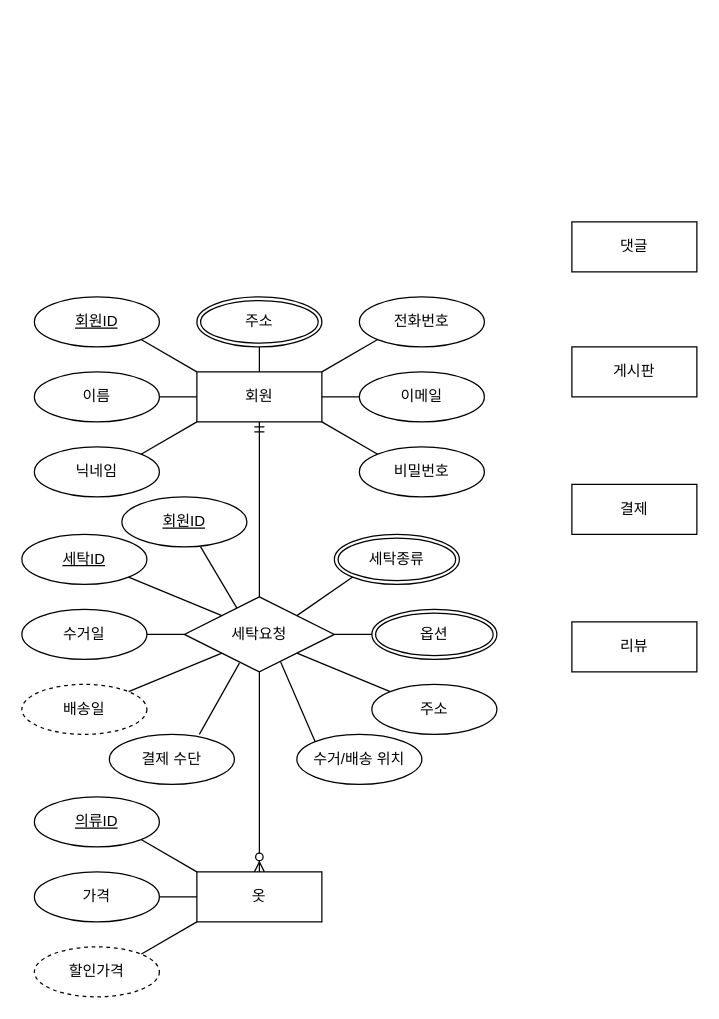
This is daeseda.drawio from Daeseda/daeseda, a draw.io file, before an edit. Source tidied: cells renumbered, new cells numbered last; positions are measured from the earlier drawing's top-left corner, leaving out a move shared by most shapes. Both pictures are drawn from the tidied source at 125%, with x=0, y=0 at pixel (21, 221).
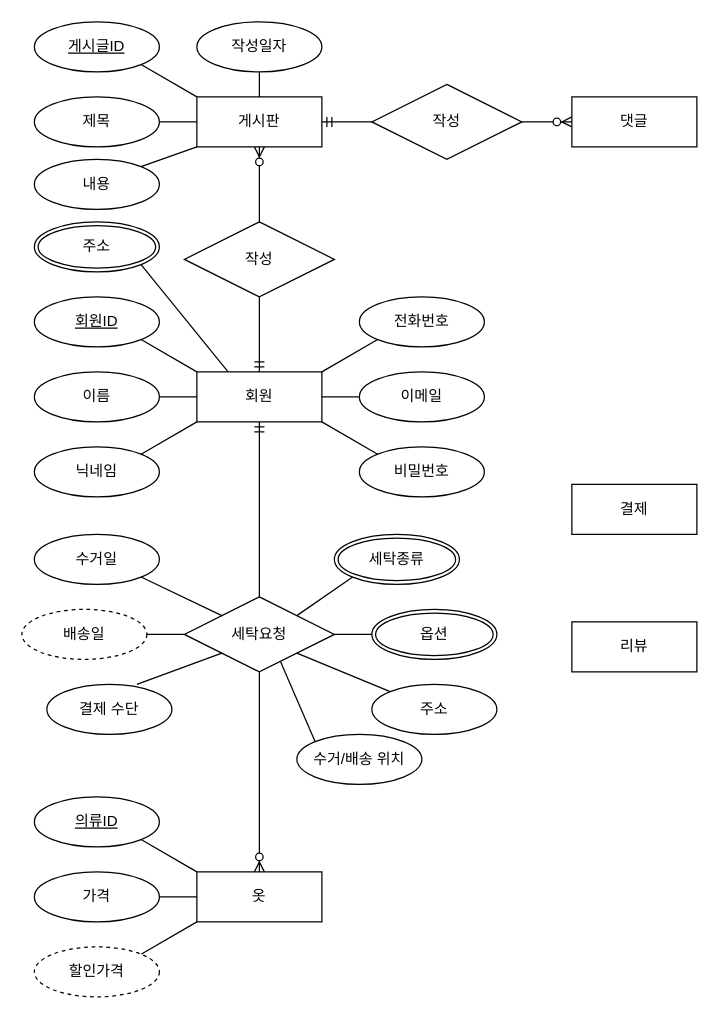
The same page after the edit.

Unchanged cells that the change refers to:
```xml
<mxCell id="2" value="회원" style="whiteSpace=wrap;html=1;align=center;" parent="1" vertex="1">
  <mxGeometry x="140" y="120" width="100" height="40" as="geometry" />
</mxCell>
<mxCell id="7" value="세탁요청" style="shape=rhombus;perimeter=rhombusPerimeter;whiteSpace=wrap;html=1;align=center;" parent="1" vertex="1">
  <mxGeometry x="130" y="300" width="120" height="60" as="geometry" />
</mxCell>
```

Diff of the diagram source:
```diff
@@
     <mxCell id="3" value="게시판" style="whiteSpace=wrap;html=1;align=center;" parent="1" vertex="1">
-      <mxGeometry x="440" y="100" width="100" height="40" as="geometry" />
+      <mxGeometry x="140" y="-100" width="100" height="40" as="geometry" />
     </mxCell>
     <mxCell id="4" value="댓글" style="whiteSpace=wrap;html=1;align=center;" parent="1" vertex="1">
-      <mxGeometry x="440" width="100" height="40" as="geometry" />
+      <mxGeometry x="440" y="-100" width="100" height="40" as="geometry" />
     </mxCell>
@@
-    <mxCell id="16" style="endArrow=none;html=1;rounded=0;exitX=0.5;exitY=1;exitDx=0;exitDy=0;entryX=0.5;entryY=0;entryDx=0;entryDy=0;" parent="1" edge="1" target="2">
-      <mxGeometry relative="1" as="geometry">
-        <mxPoint x="190" y="100" as="sourcePoint" />
-      </mxGeometry>
+    <mxCell id="16" style="endArrow=none;html=1;rounded=0;exitX=1;exitY=1;exitDx=0;exitDy=0;entryX=0.25;entryY=0;entryDx=0;entryDy=0;" parent="1" edge="1" source="26" target="2">
+      <mxGeometry relative="1" as="geometry" />
     </mxCell>
@@
-    <mxCell id="24" value="세탁ID" style="ellipse;whiteSpace=wrap;html=1;align=center;fontStyle=4;" parent="1" vertex="1">
-      <mxGeometry y="250" width="100" height="40" as="geometry" />
-    </mxCell>
-    <mxCell id="25" style="endArrow=none;html=1;rounded=0;exitX=1;exitY=1;exitDx=0;exitDy=0;entryX=0;entryY=0;entryDx=0;entryDy=0;" parent="1" edge="1" source="24" target="7">
-      <mxGeometry relative="1" as="geometry" />
-    </mxCell>
     <mxCell id="26" value="주소" style="ellipse;shape=doubleEllipse;margin=3;whiteSpace=wrap;html=1;align=center;" parent="1" vertex="1">
-      <mxGeometry x="140" y="60" width="100" height="40" as="geometry" />
+      <mxGeometry x="10" width="100" height="40" as="geometry" />
     </mxCell>
-    <mxCell id="27" style="endArrow=none;html=1;rounded=0;exitX=1;exitY=0.5;exitDx=0;exitDy=0;entryX=0;entryY=0.5;entryDx=0;entryDy=0;" parent="1" edge="1" source="28" target="7">
+    <mxCell id="27" style="endArrow=none;html=1;rounded=0;exitX=1;exitY=1;exitDx=0;exitDy=0;entryX=0;entryY=0;entryDx=0;entryDy=0;" parent="1" edge="1" source="28" target="7">
       <mxGeometry relative="1" as="geometry" />
     </mxCell>
     <mxCell id="28" value="수거일" style="ellipse;whiteSpace=wrap;html=1;align=center;" parent="1" vertex="1">
-      <mxGeometry y="310" width="100" height="40" as="geometry" />
+      <mxGeometry x="10" y="250" width="100" height="40" as="geometry" />
     </mxCell>
-    <mxCell id="29" style="endArrow=none;html=1;rounded=0;exitX=1;exitY=0;exitDx=0;exitDy=0;entryX=0;entryY=1;entryDx=0;entryDy=0;" parent="1" edge="1" source="30" target="7">
+    <mxCell id="29" style="endArrow=none;html=1;rounded=0;exitX=1;exitY=0.5;exitDx=0;exitDy=0;entryX=0;entryY=0.5;entryDx=0;entryDy=0;" parent="1" edge="1" source="30" target="7">
       <mxGeometry relative="1" as="geometry" />
     </mxCell>
     <mxCell id="30" value="배송일" style="ellipse;whiteSpace=wrap;html=1;align=center;dashed=1;" parent="1" vertex="1">
-      <mxGeometry y="370" width="100" height="40" as="geometry" />
+      <mxGeometry y="310" width="100" height="40" as="geometry" />
     </mxCell>
@@
-    <mxCell id="38" style="endArrow=none;html=1;rounded=0;exitX=0.72;exitY=0;exitDx=0;exitDy=0;entryX=0.367;entryY=0.883;entryDx=0;entryDy=0;entryPerimeter=0;exitPerimeter=0;" parent="1" edge="1" source="39" target="7">
+    <mxCell id="38" style="endArrow=none;html=1;rounded=0;exitX=0.72;exitY=0;exitDx=0;exitDy=0;entryX=0;entryY=1;entryDx=0;entryDy=0;exitPerimeter=0;" parent="1" edge="1" source="39" target="7">
       <mxGeometry relative="1" as="geometry" />
     </mxCell>
     <mxCell id="39" value="결제 수단" style="ellipse;whiteSpace=wrap;html=1;align=center;" parent="1" vertex="1">
-      <mxGeometry x="70" y="410" width="100" height="40" as="geometry" />
+      <mxGeometry x="20" y="370" width="100" height="40" as="geometry" />
     </mxCell>
-    <mxCell id="40" value="회원ID" style="ellipse;whiteSpace=wrap;html=1;align=center;fontStyle=4;" parent="1" vertex="1">
-      <mxGeometry x="80" y="220" width="100" height="40" as="geometry" />
-    </mxCell>
-    <mxCell id="41" style="endArrow=none;html=1;rounded=0;exitX=0.63;exitY=1;exitDx=0;exitDy=0;exitPerimeter=0;entryX=0.35;entryY=0.15;entryDx=0;entryDy=0;entryPerimeter=0;" parent="1" edge="1" source="40" target="7">
-      <mxGeometry relative="1" as="geometry" />
-    </mxCell>
@@
+    <mxCell id="49" value="작성" style="shape=rhombus;perimeter=rhombusPerimeter;whiteSpace=wrap;html=1;align=center;" parent="1" vertex="1">
+      <mxGeometry x="130" width="120" height="60" as="geometry" />
+    </mxCell>
+    <mxCell id="50" style="fontSize=12;html=1;endArrow=ERmandOne;rounded=0;exitX=0.5;exitY=1;exitDx=0;exitDy=0;entryX=0.5;entryY=0;entryDx=0;entryDy=0;" parent="1" edge="1" source="49" target="2">
+      <mxGeometry relative="1" as="geometry" />
+    </mxCell>
+    <mxCell id="51" style="fontSize=12;html=1;endArrow=ERzeroToMany;endFill=1;rounded=0;exitX=0.5;exitY=0;exitDx=0;exitDy=0;entryX=0.5;entryY=1;entryDx=0;entryDy=0;" parent="1" edge="1" source="49" target="3">
+      <mxGeometry relative="1" as="geometry" />
+    </mxCell>
+    <mxCell id="52" value="작성" style="shape=rhombus;perimeter=rhombusPerimeter;whiteSpace=wrap;html=1;align=center;" parent="1" vertex="1">
+      <mxGeometry x="280" y="-110" width="120" height="60" as="geometry" />
+    </mxCell>
+    <mxCell id="53" style="fontSize=12;html=1;endArrow=ERmandOne;rounded=0;exitX=0;exitY=0.5;exitDx=0;exitDy=0;entryX=1;entryY=0.5;entryDx=0;entryDy=0;" parent="1" edge="1" source="52" target="3">
+      <mxGeometry relative="1" as="geometry" />
+    </mxCell>
+    <mxCell id="54" style="fontSize=12;html=1;endArrow=ERzeroToMany;endFill=1;rounded=0;exitX=1;exitY=0.5;exitDx=0;exitDy=0;entryX=0;entryY=0.5;entryDx=0;entryDy=0;" parent="1" edge="1" source="52" target="4">
+      <mxGeometry relative="1" as="geometry" />
+    </mxCell>
+    <mxCell id="55" value="게시글ID" style="ellipse;whiteSpace=wrap;html=1;align=center;fontStyle=4;" parent="1" vertex="1">
+      <mxGeometry x="10" y="-160" width="100" height="40" as="geometry" />
+    </mxCell>
+    <mxCell id="56" style="endArrow=none;html=1;rounded=0;exitX=1;exitY=1;exitDx=0;exitDy=0;entryX=0;entryY=0;entryDx=0;entryDy=0;" parent="1" edge="1" source="55" target="3">
+      <mxGeometry relative="1" as="geometry" />
+    </mxCell>
+    <mxCell id="57" value="제목" style="ellipse;whiteSpace=wrap;html=1;align=center;" parent="1" vertex="1">
+      <mxGeometry x="10" y="-100" width="100" height="40" as="geometry" />
+    </mxCell>
+    <mxCell id="58" style="endArrow=none;html=1;rounded=0;exitX=1;exitY=0.5;exitDx=0;exitDy=0;entryX=0;entryY=0.5;entryDx=0;entryDy=0;" parent="1" edge="1" source="57" target="3">
+      <mxGeometry relative="1" as="geometry" />
+    </mxCell>
+    <mxCell id="59" value="내용" style="ellipse;whiteSpace=wrap;html=1;align=center;" parent="1" vertex="1">
+      <mxGeometry x="10" y="-50" width="100" height="40" as="geometry" />
+    </mxCell>
+    <mxCell id="60" style="endArrow=none;html=1;rounded=0;exitX=1;exitY=0;exitDx=0;exitDy=0;entryX=0;entryY=1;entryDx=0;entryDy=0;" parent="1" edge="1" source="59" target="3">
+      <mxGeometry relative="1" as="geometry" />
+    </mxCell>
+    <mxCell id="61" value="작성일자" style="ellipse;whiteSpace=wrap;html=1;align=center;" parent="1" vertex="1">
+      <mxGeometry x="140" y="-160" width="100" height="40" as="geometry" />
+    </mxCell>
+    <mxCell id="62" style="endArrow=none;html=1;rounded=0;exitX=0.5;exitY=1;exitDx=0;exitDy=0;entryX=0.5;entryY=0;entryDx=0;entryDy=0;" parent="1" edge="1" source="61" target="3">
+      <mxGeometry relative="1" as="geometry" />
+    </mxCell>
```
